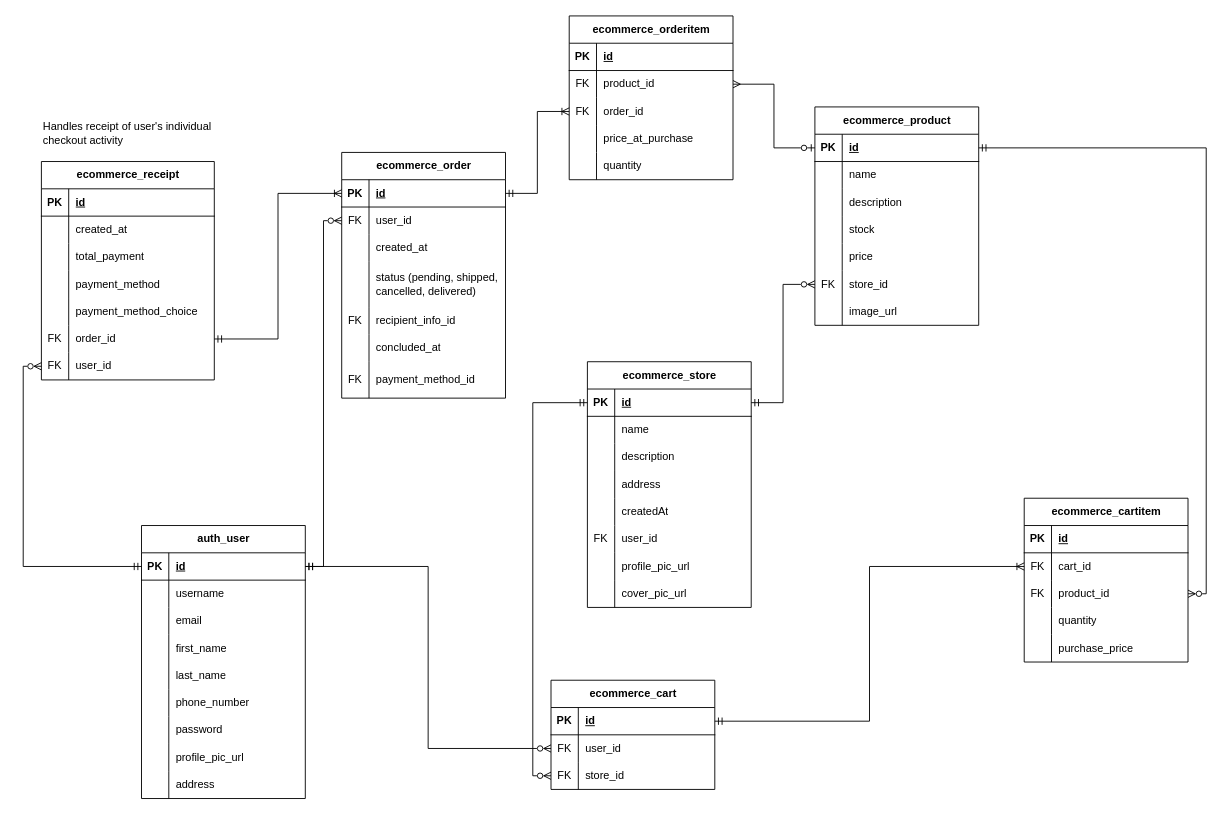
RHILIUS/drawio keeps this draw.io diagram as page "Order a product (Checkout)" (3 of 3) of E-Commerce API ERD.drawio. Above is the earlier version. Source tidied: cells renumbered, new cells numbered last; positions are measured from the earlier drawing's top-left corner, leaving out a move shared by most shapes. Both pictures are drawn from the tidied source at 91%, with x=0, y=0 at pixel (41, 15).
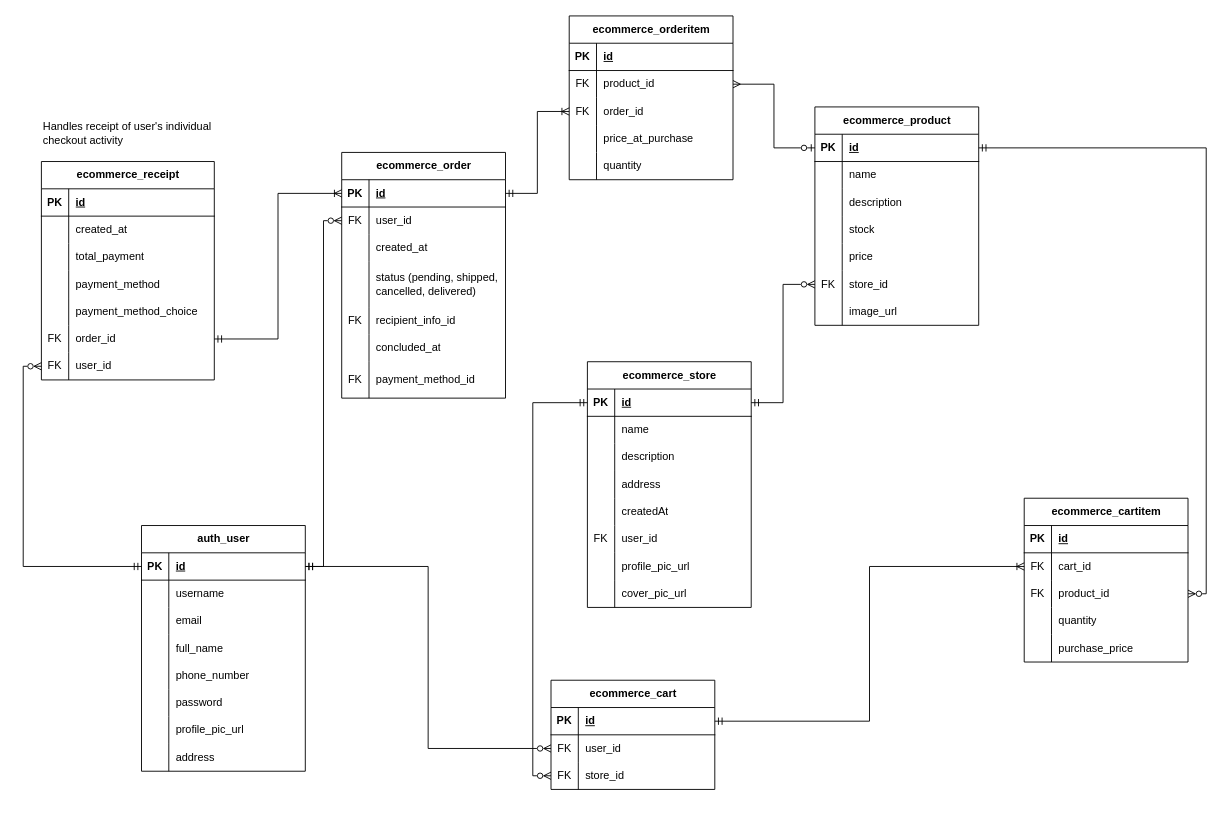
The same diagram, later.

Commit message (it also covers changes not shown here):
feat: combined first_name and last_name fields to be full_name on user table

Diff of the diagram source:
```diff
@@
     <mxCell id="2" value="auth_user" style="shape=table;startSize=30;childLayout=tableLayout;rowLines=0;fontStyle=1;align=center;html=1;" parent="1" vertex="1">
-      <mxGeometry x="110" y="560" width="180" height="300" as="geometry" />
+      <mxGeometry x="110" y="560" width="180" height="270" as="geometry" />
     </mxCell>
@@
-    <mxCell id="12" style="shape=tableRow;horizontal=0;startSize=0;swimlaneHead=0;swimlaneBody=0;fillColor=none;top=0;left=0;right=0;bottom=0;" parent="2" vertex="1">
-      <mxGeometry y="120" width="180" height="30" as="geometry" />
-    </mxCell>
-    <mxCell id="13" style="shape=partialRectangle;fillColor=none;top=0;left=0;bottom=0;right=0;overflow=hidden;whiteSpace=wrap;html=1;" parent="12" vertex="1">
-      <mxGeometry width="30" height="30" as="geometry" />
-    </mxCell>
-    <mxCell id="14" value="first_name" style="shape=partialRectangle;fillColor=none;top=0;left=0;bottom=0;right=0;align=left;spacingLeft=6;overflow=hidden;whiteSpace=wrap;html=1;" parent="12" vertex="1">
-      <mxGeometry x="30" width="150" height="30" as="geometry" />
-    </mxCell>
     <mxCell id="15" style="shape=tableRow;horizontal=0;startSize=0;swimlaneHead=0;swimlaneBody=0;fillColor=none;top=0;left=0;right=0;bottom=0;" parent="2" vertex="1">
-      <mxGeometry y="150" width="180" height="30" as="geometry" />
+      <mxGeometry y="120" width="180" height="30" as="geometry" />
     </mxCell>
@@
-    <mxCell id="17" value="last_name" style="shape=partialRectangle;fillColor=none;top=0;left=0;bottom=0;right=0;align=left;spacingLeft=6;overflow=hidden;whiteSpace=wrap;html=1;" parent="15" vertex="1">
+    <mxCell id="17" value="full_name" style="shape=partialRectangle;fillColor=none;top=0;left=0;bottom=0;right=0;align=left;spacingLeft=6;overflow=hidden;whiteSpace=wrap;html=1;" parent="15" vertex="1">
       <mxGeometry x="30" width="150" height="30" as="geometry" />
     </mxCell>
     <mxCell id="18" style="shape=tableRow;horizontal=0;startSize=0;swimlaneHead=0;swimlaneBody=0;fillColor=none;top=0;left=0;right=0;bottom=0;" parent="2" vertex="1">
-      <mxGeometry y="180" width="180" height="30" as="geometry" />
+      <mxGeometry y="150" width="180" height="30" as="geometry" />
     </mxCell>
@@
     <mxCell id="21" style="shape=tableRow;horizontal=0;startSize=0;swimlaneHead=0;swimlaneBody=0;fillColor=none;top=0;left=0;right=0;bottom=0;" parent="2" vertex="1">
-      <mxGeometry y="210" width="180" height="30" as="geometry" />
+      <mxGeometry y="180" width="180" height="30" as="geometry" />
     </mxCell>
@@
     <mxCell id="24" style="shape=tableRow;horizontal=0;startSize=0;swimlaneHead=0;swimlaneBody=0;fillColor=none;top=0;left=0;right=0;bottom=0;" parent="2" vertex="1">
-      <mxGeometry y="240" width="180" height="30" as="geometry" />
+      <mxGeometry y="210" width="180" height="30" as="geometry" />
     </mxCell>
@@
     <mxCell id="27" style="shape=tableRow;horizontal=0;startSize=0;swimlaneHead=0;swimlaneBody=0;fillColor=none;top=0;left=0;right=0;bottom=0;" parent="2" vertex="1">
-      <mxGeometry y="270" width="180" height="30" as="geometry" />
+      <mxGeometry y="240" width="180" height="30" as="geometry" />
     </mxCell>
```
